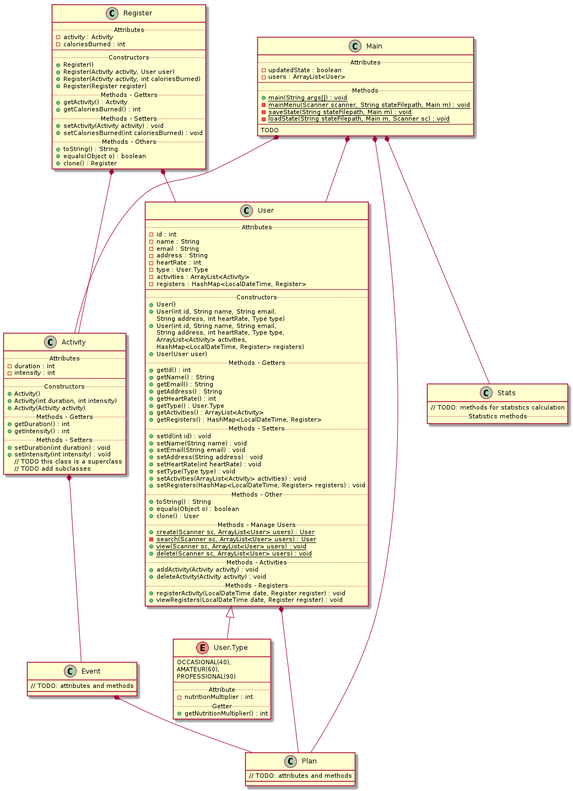
This is diagram/diagram.png from flaviaraujo/project-OOP, a PlantUML export, as it was before one commit. Its source is kept beside it as diagram/diagram.puml.
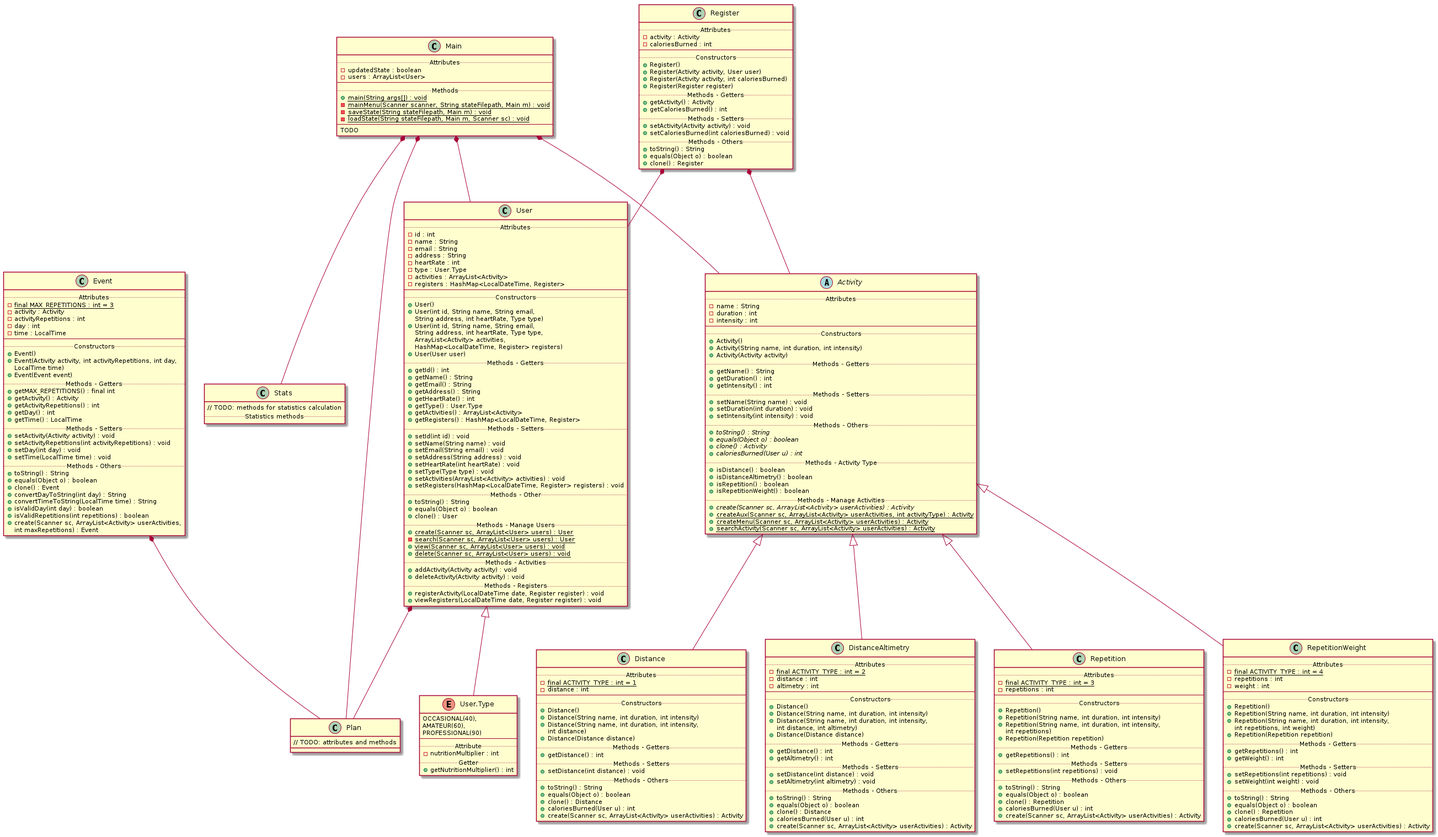
Later version of the same file.

Change to the diagram source:
```diff
@@ -88,23 +88,137 @@
     +clone() : Register
 }
 
-class Activity {
+abstract class Activity {
     .. Attributes ..
+    -name : String
     -duration : int
     -intensity : int
     --
     .. Constructors ..
     +Activity()
-    +Activity(int duration, int intensity)
+    +Activity(String name, int duration, int intensity)
     +Activity(Activity activity)
     .. Methods - Getters ..
+    +getName() : String
     +getDuration() : int
     +getIntensity() : int
     .. Methods - Setters ..
+    +setName(String name) : void
     +setDuration(int duration) : void
     +setIntensity(int intensity) : void
-    // TODO this class is a superclass
-    // TODO add subclasses
+    .. Methods - Others ..
+    +{abstract} toString() : String
+    +{abstract} equals(Object o) : boolean
+    +{abstract} clone() : Activity
+    +{abstract} caloriesBurned(User u) : int
+    .. Methods - Activity Type ..
+    +isDistance() : boolean
+    +isDistanceAltimetry() : boolean
+    +isRepetition() : boolean
+    +isRepetitionWeight() : boolean
+    .. Methods - Manage Activities ..
+    +{abstract} create(Scanner sc, ArrayList<Activity> userActivities) : Activity
+    +{static} createAux(Scanner sc, ArrayList<Activity> userActivities, int activityType) : Activity
+    +{static} createMenu(Scanner sc, ArrayList<Activity> userActivities) : Activity
+    +{static} searchActivity(Scanner sc, ArrayList<Activity> userActivities) : Activity
+}
+
+class Distance extends Activity {
+    .. Attributes ..
+    -{static} final ACTIVITY_TYPE : int = 1
+    -distance : int
+    --
+    .. Constructors ..
+    +Distance()
+    +Distance(String name, int duration, int intensity)
+    +Distance(String name, int duration, int intensity,
+        int distance)
+    +Distance(Distance distance)
+    .. Methods - Getters ..
+    +getDistance() : int
+    .. Methods - Setters ..
+    +setDistance(int distance) : void
+    .. Methods - Others ..
+    +toString() : String
+    +equals(Object o) : boolean
+    +clone() : Distance
+    +caloriesBurned(User u) : int
+    +create(Scanner sc, ArrayList<Activity> userActivities) : Activity
+}
+
+class DistanceAltimetry extends Activity {
+    .. Attributes ..
+    -{static} final ACTIVITY_TYPE : int = 2
+    -distance : int
+    -altimetry : int
+    --
+    .. Constructors ..
+    +Distance()
+    +Distance(String name, int duration, int intensity)
+    +Distance(String name, int duration, int intensity,
+        int distance, int altimetry)
+    +Distance(Distance distance)
+    .. Methods - Getters ..
+    +getDistance() : int
+    +getAltimetry() : int
+    .. Methods - Setters ..
+    +setDistance(int distance) : void
+    +setAltimetry(int altimetry) : void
+    .. Methods - Others ..
+    +toString() : String
+    +equals(Object o) : boolean
+    +clone() : Distance
+    +caloriesBurned(User u) : int
+    +create(Scanner sc, ArrayList<Activity> userActivities) : Activity
+}
+
+class Repetition extends Activity {
+    .. Attributes ..
+    -{static} final ACTIVITY_TYPE : int = 3
+    -repetitions : int
+    --
+    .. Constructors ..
+    +Repetition()
+    +Repetition(String name, int duration, int intensity)
+    +Repetition(String name, int duration, int intensity,
+        int repetitions)
+    +Repetition(Repetition repetition)
+    .. Methods - Getters ..
+    +getRepetitions() : int
+    .. Methods - Setters ..
+    +setRepetitions(int repetitions) : void
+    .. Methods - Others ..
+    +toString() : String
+    +equals(Object o) : boolean
+    +clone() : Repetition
+    +caloriesBurned(User u) : int
+    +create(Scanner sc, ArrayList<Activity> userActivities) : Activity
+}
+
+class RepetitionWeight extends Activity {
+    .. Attributes ..
+    -{static} final ACTIVITY_TYPE : int = 4
+    -repetitions : int
+    -weight : int
+    --
+    .. Constructors ..
+    +Repetition()
+    +Repetition(String name, int duration, int intensity)
+    +Repetition(String name, int duration, int intensity,
+        int repetitions, int weight)
+    +Repetition(Repetition repetition)
+    .. Methods - Getters ..
+    +getRepetitions() : int
+    +getWeight() : int
+    .. Methods - Setters ..
+    +setRepetitions(int repetitions) : void
+    +setWeight(int weight) : void
+    .. Methods - Others ..
+    +toString() : String
+    +equals(Object o) : boolean
+    +clone() : Repetition
+    +caloriesBurned(User u) : int
+    +create(Scanner sc, ArrayList<Activity> userActivities) : Activity
 }
 
 class Plan {
@@ -112,7 +226,39 @@
 }
 
 class Event {
-    // TODO: attributes and methods
+    .. Attributes ..
+    -{static} final MAX_REPETITIONS : int = 3
+    -activity : Activity
+    -activityRepetitions : int
+    -day : int
+    -time : LocalTime
+    --
+    .. Constructors ..
+    +Event()
+    +Event(Activity activity, int activityRepetitions, int day,
+        LocalTime time)
+    +Event(Event event)
+    .. Methods - Getters ..
+    +getMAX_REPETITIONS() : final int
+    +getActivity() : Activity
+    +getActivityRepetitions() : int
+    +getDay() : int
+    +getTime() : LocalTime
+    .. Methods - Setters ..
+    +setActivity(Activity activity) : void
+    +setActivityRepetitions(int activityRepetitions) : void
+    +setDay(int day) : void
+    +setTime(LocalTime time) : void
+    .. Methods - Others ..
+    +toString() : String
+    +equals(Object o) : boolean
+    +clone() : Event
+    +convertDayToString(int day) : String
+    +convertTimeToString(LocalTime time) : String
+    +isValidDay(int day) : boolean
+    +isValidRepetitions(int repetitions) : boolean
+    +create(Scanner sc, ArrayList<Activity> userActivities,
+        int maxRepetitions) : Event
 }
 
 class Stats {
@@ -138,7 +284,6 @@
 User <|-- User.Type
 User *-- Plan
 Event *-- Plan
-Activity *-- Event
 Register *-- Activity
 Main *-- User
 Main *-- Activity
```
